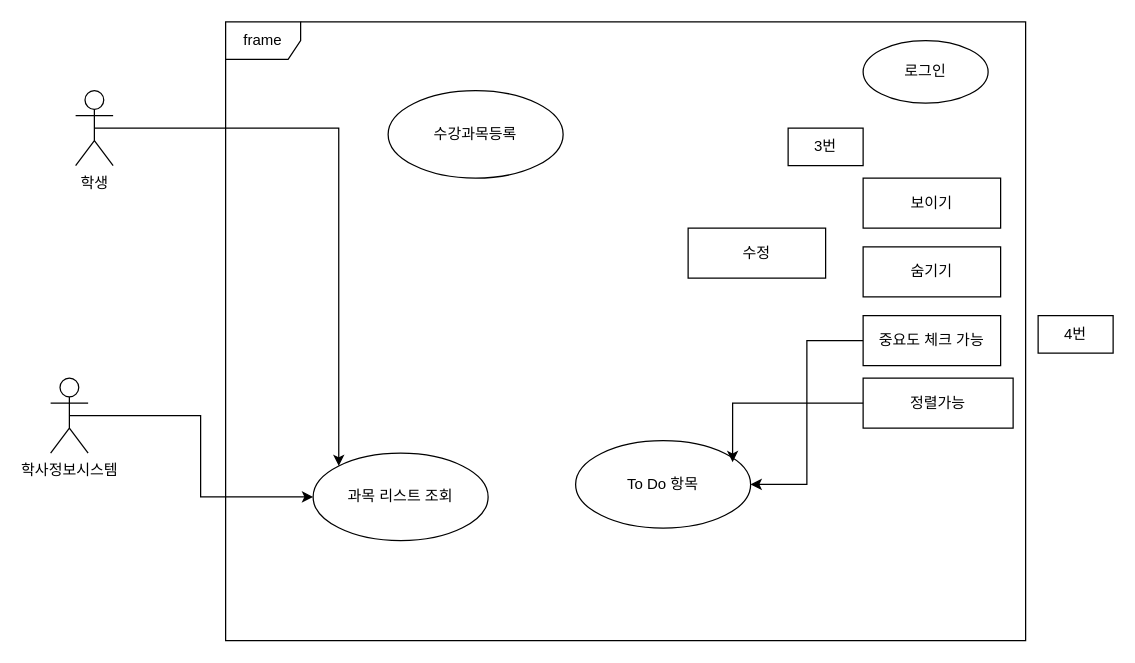
Above: doc/02_RA/Team4/대학생을 위한 To do List 관리_진선.drawio in eunbi-kim/24_2_W_SeProj (draw.io), before the change. Source tidied: cells renumbered, new cells numbered last; positions are measured from the earlier drawing's top-left corner, leaving out a move shared by most shapes. Both pictures are drawn from the tidied source at 125%, with x=0, y=0 at pixel (50, 21).
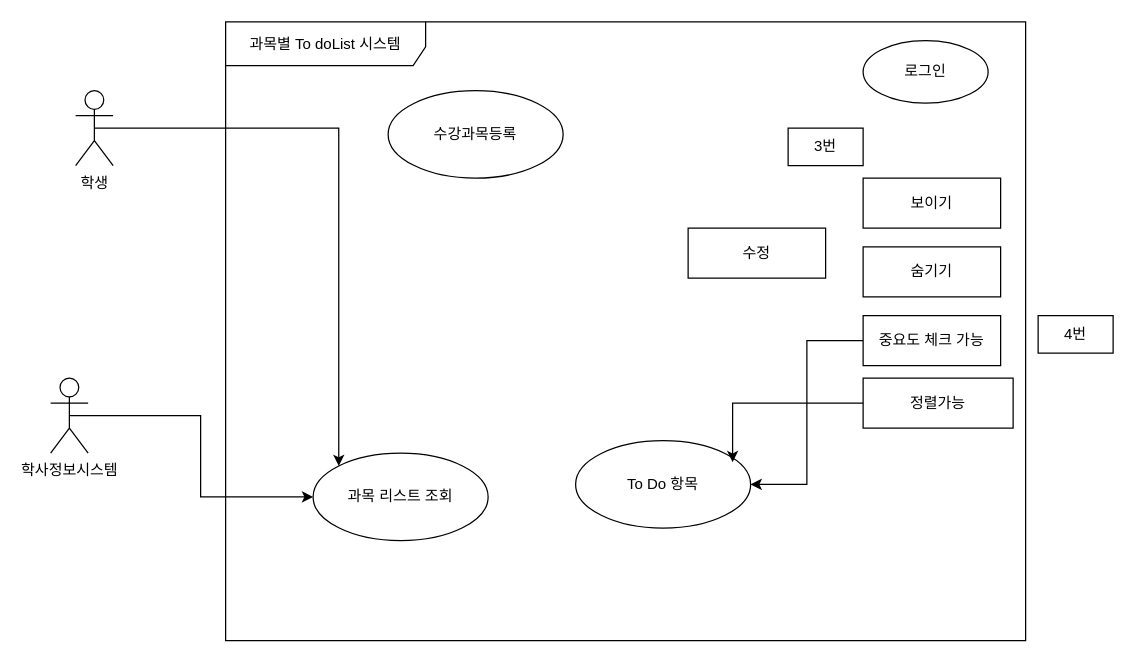
Above is the later version.

Commit message:
대학생을 위한 To do List 관리_진선.drawio 업데이트

Change to the diagram source:
```diff
@@
 <mxGraphModel>
   <root>
     <mxCell id="0" />
     <mxCell id="1" parent="0" />
     <mxCell id="2" style="edgeStyle=orthogonalEdgeStyle;rounded=0;jettySize=auto;html=1;exitX=0.5;exitY=0.5;exitDx=0;exitDy=0;exitPerimeter=0;entryX=0;entryY=0;entryDx=0;entryDy=0;" parent="1" edge="1" source="3" target="19">
       <mxGeometry relative="1" as="geometry" />
     </mxCell>
     <mxCell id="3" value="학생" style="shape=umlActor;verticalLabelPosition=bottom;verticalAlign=top;html=1;outlineConnect=0;" parent="1" vertex="1">
       <mxGeometry x="20" y="55" width="30" height="60" as="geometry" />
     </mxCell>
     <mxCell id="4" style="edgeStyle=orthogonalEdgeStyle;rounded=0;jettySize=auto;html=1;exitX=0.5;exitY=0.5;exitDx=0;exitDy=0;exitPerimeter=0;entryX=0;entryY=0.5;entryDx=0;entryDy=0;" parent="1" edge="1" source="5" target="19">
       <mxGeometry relative="1" as="geometry" />
     </mxCell>
     <mxCell id="5" value="학사정보시스템" style="shape=umlActor;verticalLabelPosition=bottom;verticalAlign=top;html=1;outlineConnect=0;" parent="1" vertex="1">
       <mxGeometry y="285" width="30" height="60" as="geometry" />
     </mxCell>
     <mxCell id="6" value="수강과목등록" style="ellipse;whiteSpace=wrap;html=1;strokeColor=default;align=center;verticalAlign=middle;fontFamily=Helvetica;fontSize=12;fontColor=default;fillColor=default;" parent="1" vertex="1">
       <mxGeometry x="270" y="55" width="140" height="70" as="geometry" />
     </mxCell>
     <mxCell id="7" value="숨기기" style="html=1;whiteSpace=wrap;strokeColor=default;" parent="1" vertex="1">
       <mxGeometry x="650" y="180" width="110" height="40" as="geometry" />
     </mxCell>
     <mxCell id="8" value="보이기" style="html=1;whiteSpace=wrap;" parent="1" vertex="1">
       <mxGeometry x="650" y="125" width="110" height="40" as="geometry" />
     </mxCell>
     <mxCell id="9" value="수정" style="html=1;whiteSpace=wrap;" parent="1" vertex="1">
       <mxGeometry x="510" y="165" width="110" height="40" as="geometry" />
     </mxCell>
     <mxCell id="10" style="edgeStyle=orthogonalEdgeStyle;rounded=0;jettySize=auto;html=1;exitX=0;exitY=0.5;exitDx=0;exitDy=0;entryX=1;entryY=0.5;entryDx=0;entryDy=0;" parent="1" edge="1" source="11" target="16">
       <mxGeometry relative="1" as="geometry" />
     </mxCell>
     <mxCell id="11" value="중요도 체크 가능" style="html=1;whiteSpace=wrap;" parent="1" vertex="1">
       <mxGeometry x="650" y="235" width="110" height="40" as="geometry" />
     </mxCell>
     <mxCell id="12" value="로그인" style="ellipse;whiteSpace=wrap;html=1;strokeColor=default;align=center;verticalAlign=middle;fontFamily=Helvetica;fontSize=12;fontColor=default;fillColor=default;" parent="1" vertex="1">
       <mxGeometry x="650" y="15" width="100" height="50" as="geometry" />
     </mxCell>
     <mxCell id="13" value="정렬가능" style="html=1;whiteSpace=wrap;" parent="1" vertex="1">
       <mxGeometry x="650" y="285" width="120" height="40" as="geometry" />
     </mxCell>
     <mxCell id="14" value="3번" style="html=1;whiteSpace=wrap;" parent="1" vertex="1">
       <mxGeometry x="590" y="85" width="60" height="30" as="geometry" />
     </mxCell>
     <mxCell id="15" value="4번" style="html=1;whiteSpace=wrap;" parent="1" vertex="1">
       <mxGeometry x="790" y="235" width="60" height="30" as="geometry" />
     </mxCell>
     <mxCell id="16" value="To Do 항목" style="ellipse;whiteSpace=wrap;html=1;strokeColor=default;align=center;verticalAlign=middle;fontFamily=Helvetica;fontSize=12;fontColor=default;fillColor=default;" parent="1" vertex="1">
       <mxGeometry x="420" y="335" width="140" height="70" as="geometry" />
     </mxCell>
     <mxCell id="17" style="edgeStyle=orthogonalEdgeStyle;rounded=0;jettySize=auto;html=1;exitX=0;exitY=0.5;exitDx=0;exitDy=0;entryX=0.897;entryY=0.246;entryDx=0;entryDy=0;entryPerimeter=0;" parent="1" edge="1" source="13" target="16">
       <mxGeometry relative="1" as="geometry" />
     </mxCell>
-    <mxCell id="18" value="frame" style="shape=umlFrame;whiteSpace=wrap;html=1;" parent="1" vertex="1">
+    <mxCell id="18" value="과목별 To doList 시스템" style="shape=umlFrame;whiteSpace=wrap;html=1;width=160;height=35;" parent="1" vertex="1">
       <mxGeometry x="140" width="640" height="495" as="geometry" />
     </mxCell>
     <mxCell id="19" value="과목 리스트 조회" style="ellipse;whiteSpace=wrap;html=1;strokeColor=default;align=center;verticalAlign=middle;fontFamily=Helvetica;fontSize=12;fontColor=default;fillColor=default;" parent="1" vertex="1">
       <mxGeometry x="210" y="345" width="140" height="70" as="geometry" />
     </mxCell>
   </root>
 </mxGraphModel>
```
